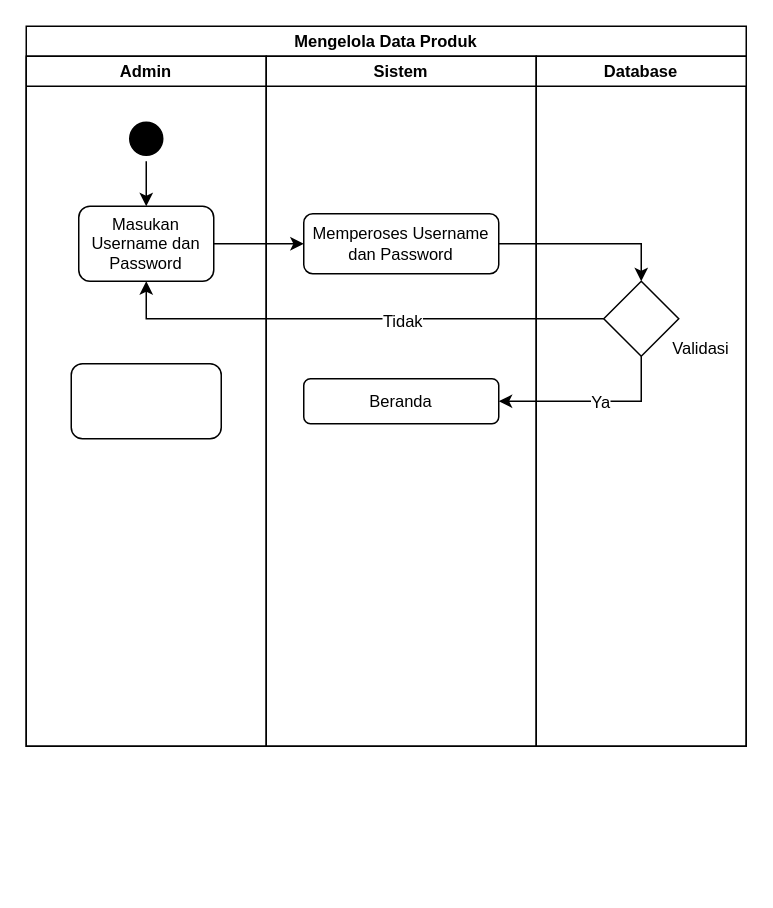
This is page "Mengelola Data Produk" (10 of 11) of Untitled Diagram.drawio (1).drawio from WildanMaulana17/admin.cafe17purwokerto, a draw.io file, before an edit. Source tidied: cells renumbered, new cells numbered last; positions are measured from the earlier drawing's top-left corner, leaving out a move shared by most shapes. Both pictures are drawn from the tidied source at 150%, with x=0, y=0 at pixel (26, 26).
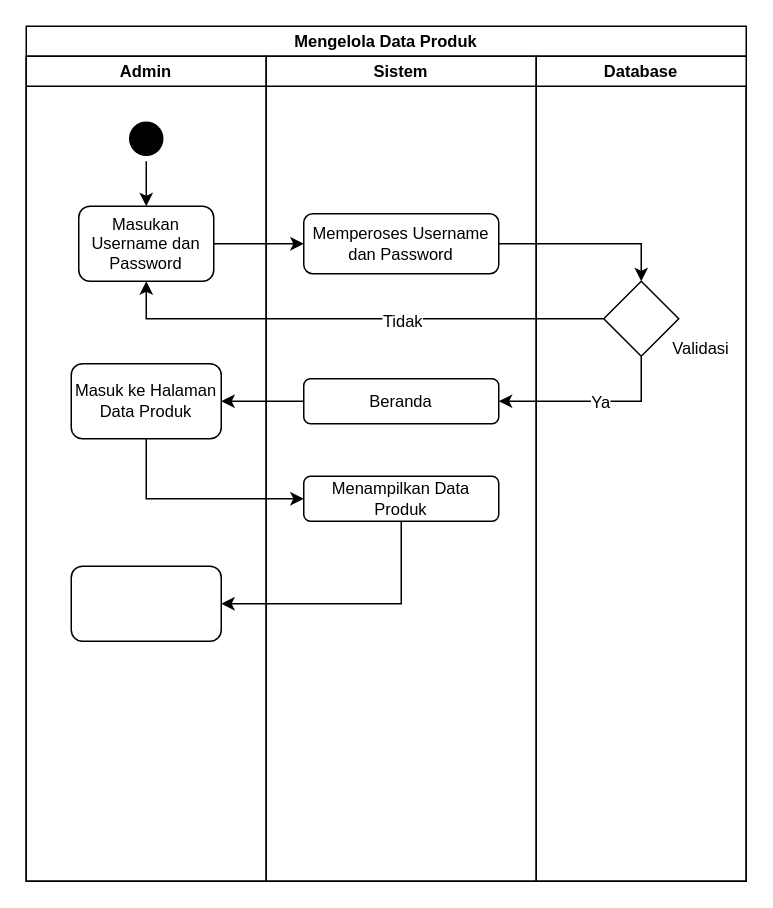
Above is the later version.

The change refers to these unchanged cells:
```xml
<mxCell id="10" value="Beranda" style="rounded=1;whiteSpace=wrap;html=1;fontSize=11;strokeColor=#000000;" parent="8" vertex="1">
  <mxGeometry x="25" y="215" width="130" height="30" as="geometry" />
</mxCell>
```

The edit, as a diff of the source:
```diff
@@
     <mxCell id="2" value="Mengelola Data Produk" style="swimlane;startSize=20;fontSize=11;strokeColor=#000000;" parent="1" vertex="1">
-      <mxGeometry width="480" height="480" as="geometry" />
+      <mxGeometry width="480" height="570" as="geometry" />
     </mxCell>
     <mxCell id="3" value="Admin" style="swimlane;startSize=20;fontSize=11;strokeColor=#000000;" parent="2" vertex="1">
-      <mxGeometry y="20" width="160" height="460" as="geometry" />
+      <mxGeometry y="20" width="160" height="550" as="geometry" />
     </mxCell>
@@
-    <mxCell id="7" style="rounded=1;whiteSpace=wrap;html=1;fontSize=11;strokeColor=#000000;" parent="3" vertex="1">
+    <mxCell id="7" value="Masuk ke Halaman Data Produk" style="rounded=1;whiteSpace=wrap;html=1;fontSize=11;strokeColor=#000000;" parent="3" vertex="1">
       <mxGeometry x="30" y="205" width="100" height="50" as="geometry" />
     </mxCell>
+    <mxCell id="20" style="rounded=1;whiteSpace=wrap;html=1;fontSize=11;strokeColor=#000000;" parent="3" vertex="1">
+      <mxGeometry x="30" y="340" width="100" height="50" as="geometry" />
+    </mxCell>
     <mxCell id="8" value="Sistem" style="swimlane;startSize=20;fontSize=11;strokeColor=#000000;" parent="2" vertex="1">
-      <mxGeometry x="160" y="20" width="180" height="460" as="geometry" />
+      <mxGeometry x="160" y="20" width="180" height="550" as="geometry" />
     </mxCell>
@@
+    <mxCell id="21" value="Menampilkan Data Produk" style="rounded=1;whiteSpace=wrap;html=1;fontSize=11;strokeColor=#000000;" parent="8" vertex="1">
+      <mxGeometry x="25" y="280" width="130" height="30" as="geometry" />
+    </mxCell>
     <mxCell id="11" value="Database" style="swimlane;startSize=20;fontSize=11;strokeColor=#000000;" parent="2" vertex="1">
-      <mxGeometry x="340" y="20" width="140" height="460" as="geometry" />
+      <mxGeometry x="340" y="20" width="140" height="550" as="geometry" />
     </mxCell>
@@
+    <mxCell id="22" style="edgeStyle=orthogonalEdgeStyle;rounded=0;jettySize=auto;html=1;entryX=1;entryY=0.5;entryDx=0;entryDy=0;" parent="2" edge="1" source="10" target="7">
+      <mxGeometry relative="1" as="geometry" />
+    </mxCell>
+    <mxCell id="23" style="edgeStyle=orthogonalEdgeStyle;rounded=0;jettySize=auto;html=1;entryX=0;entryY=0.5;entryDx=0;entryDy=0;" parent="2" edge="1" source="7" target="21">
+      <mxGeometry relative="1" as="geometry">
+        <Array as="points">
+          <mxPoint x="80" y="315" />
+        </Array>
+      </mxGeometry>
+    </mxCell>
+    <mxCell id="24" style="edgeStyle=orthogonalEdgeStyle;rounded=0;jettySize=auto;html=1;entryX=1;entryY=0.5;entryDx=0;entryDy=0;" parent="2" edge="1" source="21" target="20">
+      <mxGeometry relative="1" as="geometry">
+        <Array as="points">
+          <mxPoint x="250" y="385" />
+        </Array>
+      </mxGeometry>
+    </mxCell>
```
